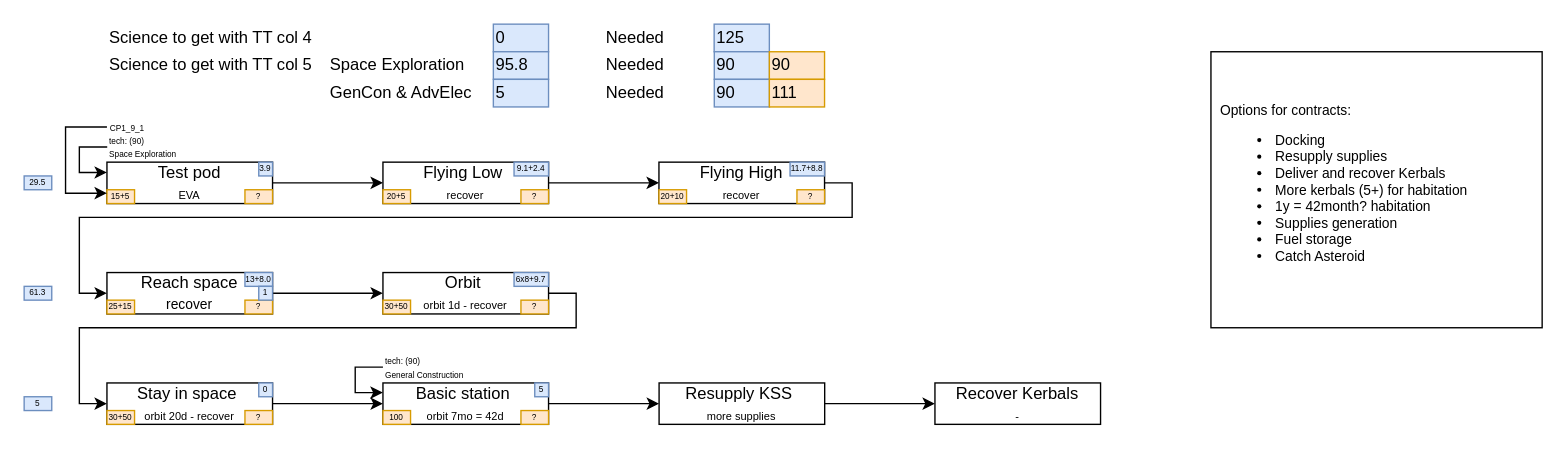
The draw.io diagram doc/CP3 contracts.drawio in SaphireFalcon/real_career, before the edit. Source tidied: cells renumbered, new cells numbered last; positions are measured from the earlier drawing's top-left corner, leaving out a move shared by most shapes. Both pictures are drawn from the tidied source at 138%, with x=0, y=0 at pixel (23, 23).
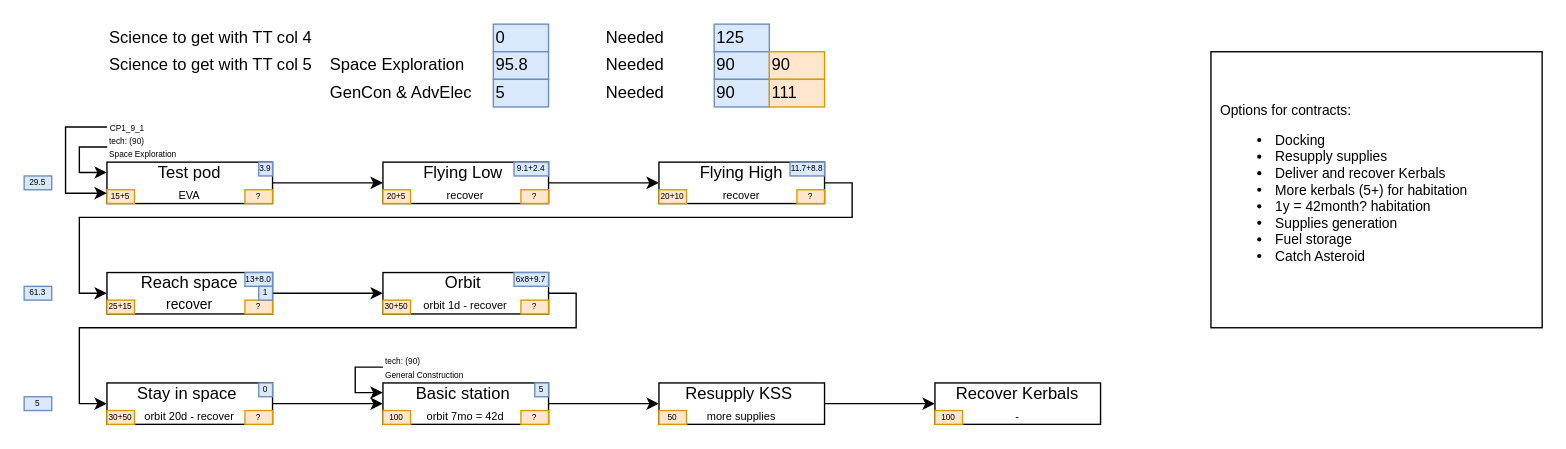
After the change.

Diff of the diagram source:
```diff
@@
     <mxCell id="63" value="Resupply KSS&amp;nbsp;&lt;br&gt;&lt;span style=&quot;font-size: 8px&quot;&gt;more supplies&lt;/span&gt;" style="rounded=0;whiteSpace=wrap;html=1;" parent="1" vertex="1">
-      <mxGeometry x="460.1" y="260" width="120" height="30" as="geometry" />
+      <mxGeometry x="460" y="260" width="120" height="30" as="geometry" />
     </mxCell>
@@
+    <mxCell id="66" value="50" style="text;html=1;strokeColor=#d79b00;fillColor=#ffe6cc;align=center;verticalAlign=middle;whiteSpace=wrap;rounded=0;fontSize=6;" parent="1" vertex="1">
+      <mxGeometry x="460" y="280" width="20" height="10" as="geometry" />
+    </mxCell>
+    <mxCell id="67" value="100" style="text;html=1;strokeColor=#d79b00;fillColor=#ffe6cc;align=center;verticalAlign=middle;whiteSpace=wrap;rounded=0;fontSize=6;" parent="1" vertex="1">
+      <mxGeometry x="660" y="280" width="20" height="10" as="geometry" />
+    </mxCell>
```
